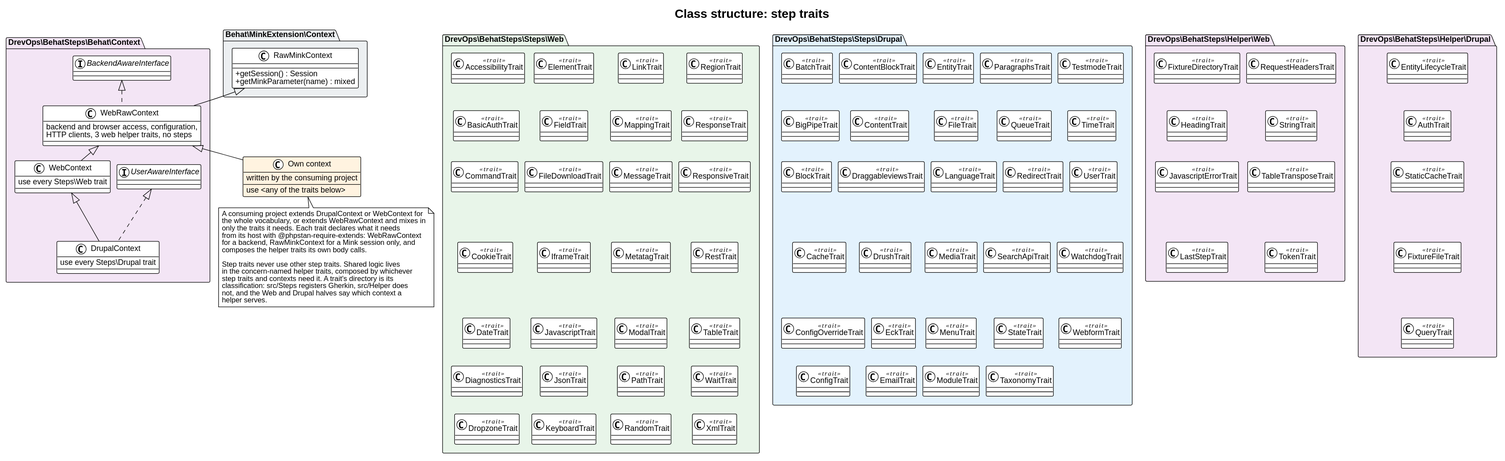
This is docs/architecture/class-traits.svg from drevops/behat-steps, a PlantUML export, as it was before one commit.
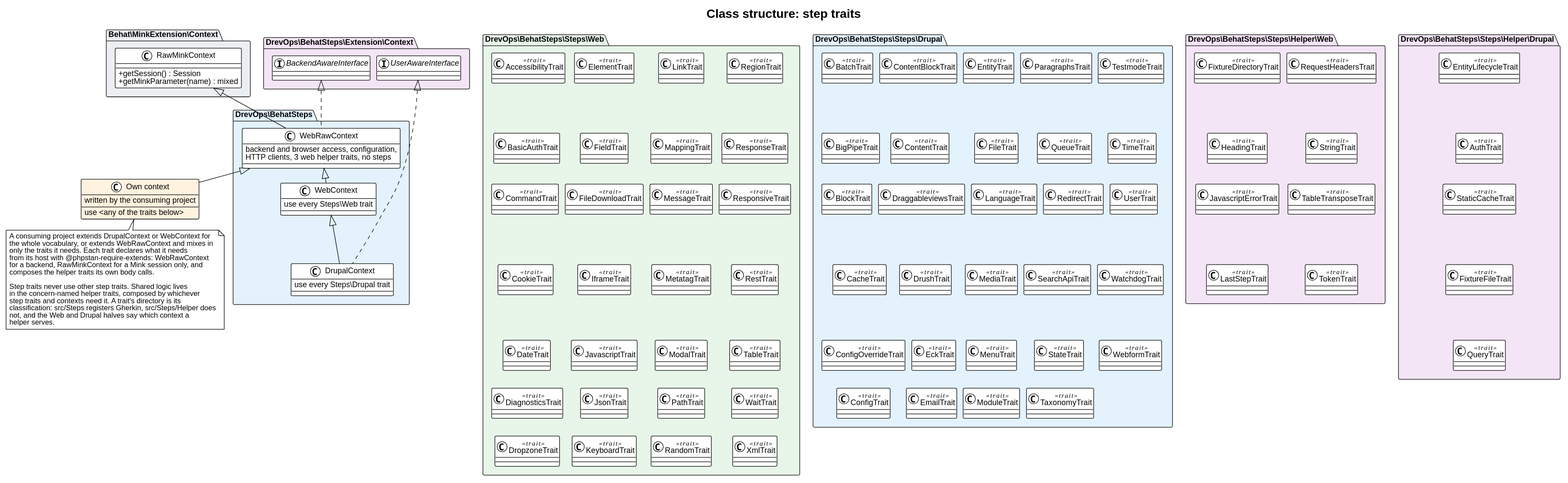
After the change.

What changed in the source:
```diff
@@ -15,9 +15,12 @@
   }
 }
 
-package "DrevOps\\BehatSteps\\Behat\\Context" #F3E5F5 {
+package "DrevOps\\BehatSteps\\Extension\\Context" #F3E5F5 {
   interface BackendAwareInterface
   interface UserAwareInterface
+}
+
+package "DrevOps\\BehatSteps" #E3F2FD {
   class WebRawContext {
     backend and browser access, configuration,
     HTTP clients, 3 web helper traits, no steps
@@ -170,7 +173,7 @@
   WatchdogTrait -[hidden]down- WebformTrait
 }
 
-package "DrevOps\\BehatSteps\\Helper\\Web" #F3E5F5 {
+package "DrevOps\\BehatSteps\\Steps\\Helper\\Web" #F3E5F5 {
   class FixtureDirectoryTrait <<trait>>
   class HeadingTrait <<trait>>
   class JavascriptErrorTrait <<trait>>
@@ -189,7 +192,7 @@
   TableTransposeTrait -[hidden]down- TokenTrait
 }
 
-package "DrevOps\\BehatSteps\\Helper\\Drupal" #F3E5F5 {
+package "DrevOps\\BehatSteps\\Steps\\Helper\\Drupal" #F3E5F5 {
   class EntityLifecycleTrait <<trait>>
   class AuthTrait <<trait>>
   class StaticCacheTrait <<trait>>
@@ -213,7 +216,7 @@
   Step traits never use other step traits. Shared logic lives
   in the concern-named helper traits, composed by whichever
   step traits and contexts need it. A trait's directory is its
-  classification: src/Steps registers Gherkin, src/Helper does
+  classification: src/Steps registers Gherkin, src/Steps/Helper does
   not, and the Web and Drupal halves say which context a
   helper serves.
 end note
```
